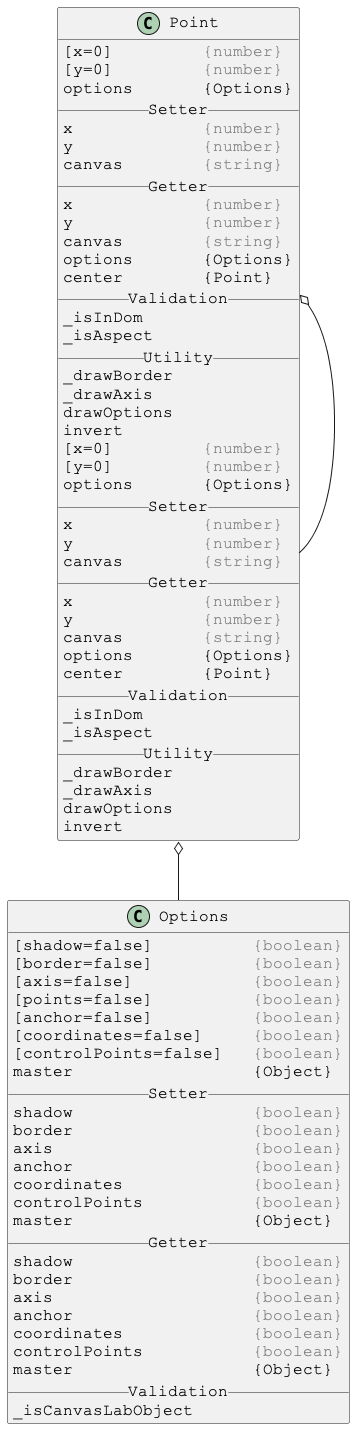
The PlantUML diagram docs/PlantUml/images/linked/Point-linked.png in Justin-Byrne/canvasLab, before a commit. The source it was exported from:
```plantuml
@startuml

skinparam DefaultFontSize 16
skinparam DefaultFontName Courier New

class Point {
[x=0]         <color:gray>{number}</color>
[y=0]         <color:gray>{number}</color>
options       {Options}
__ Setter __
x             <color:gray>{number}</color>
y             <color:gray>{number}</color>
canvas        <color:gray>{string}</color>
__ Getter __
x             <color:gray>{number}</color>
y             <color:gray>{number}</color>
canvas        <color:gray>{string}</color>
options       {Options}
center        {Point}
__ Validation __
_isInDom
_isAspect
__ Utility __
_drawBorder
_drawAxis
drawOptions
invert
}

Point o-- Options
Point o-- Point



skinparam DefaultFontSize 16
skinparam DefaultFontName Courier New

class Options {
[shadow=false]          <color:gray>{boolean}</color>
[border=false]          <color:gray>{boolean}</color>
[axis=false]            <color:gray>{boolean}</color>
[points=false]          <color:gray>{boolean}</color>
[anchor=false]          <color:gray>{boolean}</color>
[coordinates=false]     <color:gray>{boolean}</color>
[controlPoints=false]   <color:gray>{boolean}</color>
master                  {Object}
__ Setter __
shadow                  <color:gray>{boolean}</color>
border                  <color:gray>{boolean}</color>
axis                    <color:gray>{boolean}</color>
anchor                  <color:gray>{boolean}</color>
coordinates             <color:gray>{boolean}</color>
controlPoints           <color:gray>{boolean}</color>
master                  {Object}
__ Getter __
shadow                  <color:gray>{boolean}</color>
border                  <color:gray>{boolean}</color>
axis                    <color:gray>{boolean}</color>
anchor                  <color:gray>{boolean}</color>
coordinates             <color:gray>{boolean}</color>
controlPoints           <color:gray>{boolean}</color>
master                  {Object}
__ Validation __
_isCanvasLabObject
}



skinparam DefaultFontSize 16
skinparam DefaultFontName Courier New

class Point {
[x=0]         <color:gray>{number}</color>
[y=0]         <color:gray>{number}</color>
options       {Options}
__ Setter __
x             <color:gray>{number}</color>
y             <color:gray>{number}</color>
canvas        <color:gray>{string}</color>
__ Getter __
x             <color:gray>{number}</color>
y             <color:gray>{number}</color>
canvas        <color:gray>{string}</color>
options       {Options}
center        {Point}
__ Validation __
_isInDom
_isAspect
__ Utility __
_drawBorder
_drawAxis
drawOptions
invert
}

@enduml
```
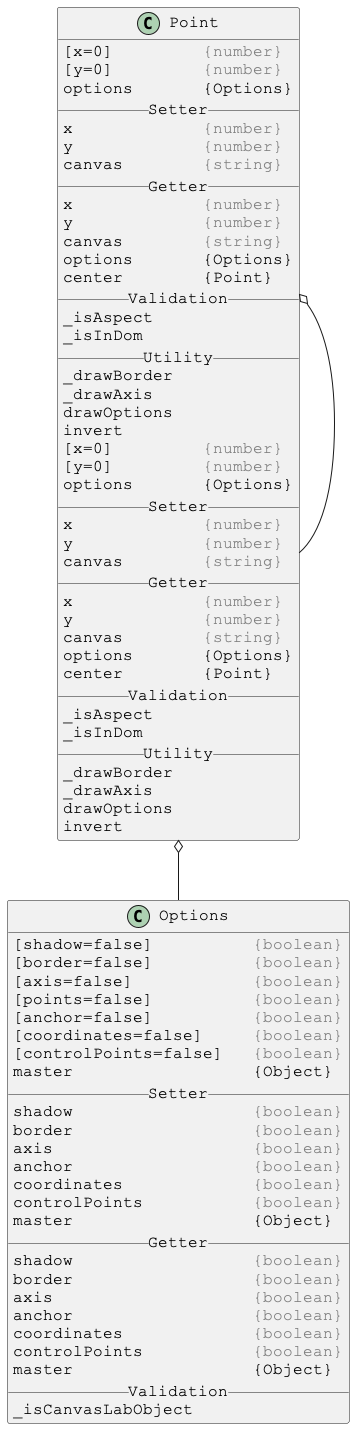
The same diagram one commit later.

Change to the diagram source:
```diff
@@ -18,8 +18,8 @@
 options       {Options}
 center        {Point}
 __ Validation __
+_isAspect
 _isInDom
-_isAspect
 __ Utility __
 _drawBorder
 _drawAxis
@@ -84,8 +84,8 @@
 options       {Options}
 center        {Point}
 __ Validation __
+_isAspect
 _isInDom
-_isAspect
 __ Utility __
 _drawBorder
 _drawAxis
```
